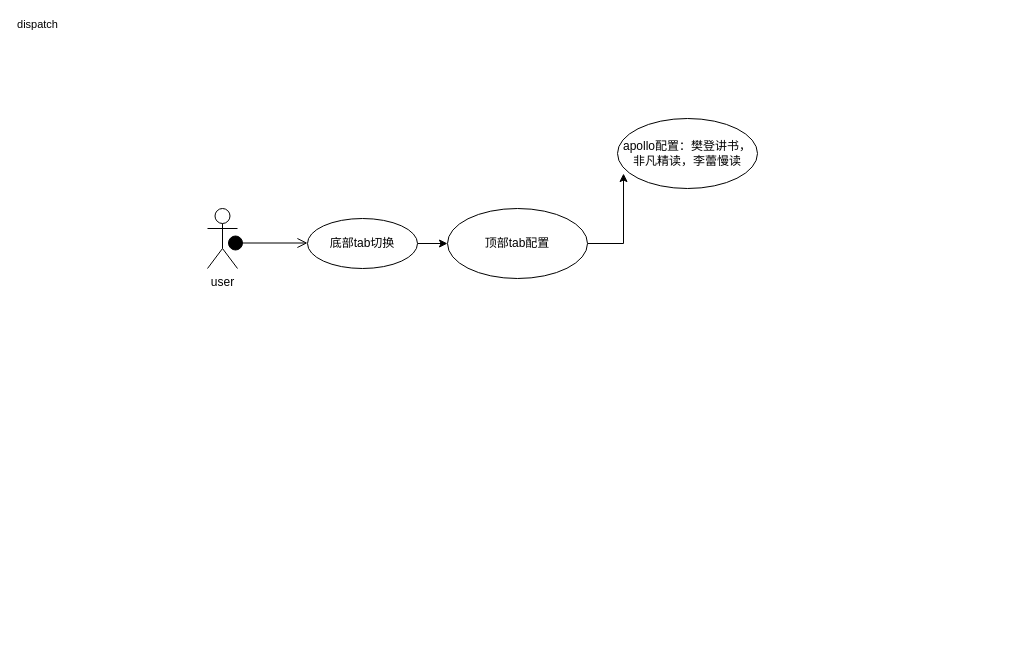
monacomeon/MyDocument keeps this draw.io diagram as 未命名绘图.drawio. Above is the earlier version. Source tidied: cells renumbered, new cells numbered last; positions are measured from the earlier drawing's top-left corner, leaving out a move shared by most shapes. Both pictures are drawn from the tidied source at 100%, with x=0, y=0 at pixel (207, 118).
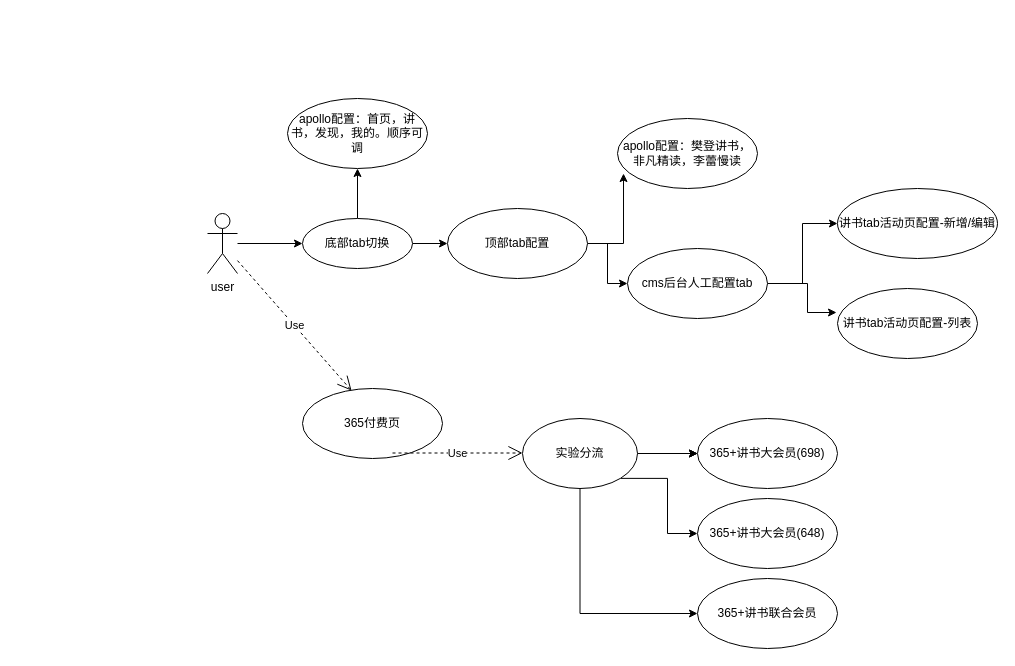
The same page after the edit.

The change refers to these unchanged cells:
```xml
<mxCell id="7" value="顶部tab配置" style="ellipse;whiteSpace=wrap;html=1;" parent="1" vertex="1">
  <mxGeometry x="240" y="90" width="140" height="70" as="geometry" />
</mxCell>
```

What changed in the source:
```diff
@@
+    <mxCell id="9" style="edgeStyle=orthogonalEdgeStyle;rounded=0;jettySize=auto;html=1;entryX=0;entryY=0.5;entryDx=0;entryDy=0;" parent="1" edge="1" source="2" target="4">
+      <mxGeometry relative="1" as="geometry" />
+    </mxCell>
     <mxCell id="2" value="user" style="shape=umlActor;verticalLabelPosition=bottom;verticalAlign=top;html=1;" parent="1" vertex="1">
-      <mxGeometry y="90" width="30" height="60" as="geometry" />
+      <mxGeometry y="95" width="30" height="60" as="geometry" />
     </mxCell>
@@
+    <mxCell id="10" style="edgeStyle=orthogonalEdgeStyle;rounded=0;jettySize=auto;html=1;" parent="1" edge="1" source="4" target="12">
+      <mxGeometry relative="1" as="geometry" />
+    </mxCell>
     <mxCell id="4" value="底部tab切换" style="ellipse;whiteSpace=wrap;html=1;" parent="1" vertex="1">
-      <mxGeometry x="100" y="100" width="110" height="50" as="geometry" />
+      <mxGeometry x="95" y="100" width="110" height="50" as="geometry" />
     </mxCell>
-    <mxCell id="5" value="dispatch" style="html=1;verticalAlign=bottom;startArrow=circle;startFill=1;endArrow=open;startSize=6;endSize=8;" parent="1" edge="1">
-      <mxGeometry x="-1" y="283" relative="1" as="geometry">
-        <mxPoint x="20" y="124.5" as="sourcePoint" />
-        <mxPoint x="100" y="124.5" as="targetPoint" />
-        <mxPoint x="-190" y="73" as="offset" />
-      </mxGeometry>
-    </mxCell>
@@
+    <mxCell id="11" style="edgeStyle=orthogonalEdgeStyle;rounded=0;jettySize=auto;html=1;" parent="1" edge="1" source="7" target="15">
+      <mxGeometry relative="1" as="geometry" />
+    </mxCell>
@@
+    <mxCell id="12" value="apollo配置：首页，讲书，发现，我的。顺序可调" style="ellipse;whiteSpace=wrap;html=1;" parent="1" vertex="1">
+      <mxGeometry x="80" y="-20" width="140" height="70" as="geometry" />
+    </mxCell>
+    <mxCell id="13" style="edgeStyle=orthogonalEdgeStyle;rounded=0;jettySize=auto;html=1;" parent="1" edge="1" source="15" target="16">
+      <mxGeometry relative="1" as="geometry" />
+    </mxCell>
+    <mxCell id="14" style="edgeStyle=orthogonalEdgeStyle;rounded=0;jettySize=auto;html=1;entryX=-0.007;entryY=0.343;entryDx=0;entryDy=0;entryPerimeter=0;" parent="1" edge="1" source="15" target="17">
+      <mxGeometry relative="1" as="geometry">
+        <Array as="points">
+          <mxPoint x="600" y="165" />
+          <mxPoint x="600" y="194" />
+        </Array>
+      </mxGeometry>
+    </mxCell>
+    <mxCell id="15" value="cms后台人工配置tab" style="ellipse;whiteSpace=wrap;html=1;" parent="1" vertex="1">
+      <mxGeometry x="420" y="130" width="140" height="70" as="geometry" />
+    </mxCell>
+    <mxCell id="16" value="讲书tab活动页配置-新增/编辑" style="ellipse;whiteSpace=wrap;html=1;" parent="1" vertex="1">
+      <mxGeometry x="630" y="70" width="160" height="70" as="geometry" />
+    </mxCell>
+    <mxCell id="17" value="讲书tab活动页配置-列表" style="ellipse;whiteSpace=wrap;html=1;" parent="1" vertex="1">
+      <mxGeometry x="630" y="170" width="140" height="70" as="geometry" />
+    </mxCell>
+    <mxCell id="18" value="365付费页" style="ellipse;whiteSpace=wrap;html=1;" parent="1" vertex="1">
+      <mxGeometry x="95" y="270" width="140" height="70" as="geometry" />
+    </mxCell>
+    <mxCell id="19" value="Use" style="endArrow=open;endSize=12;dashed=1;html=1;entryX=0.35;entryY=0.029;entryDx=0;entryDy=0;entryPerimeter=0;" parent="1" edge="1" source="2" target="18">
+      <mxGeometry relative="1" as="geometry" />
+    </mxCell>
+    <mxCell id="20" style="edgeStyle=orthogonalEdgeStyle;rounded=0;jettySize=auto;html=1;exitX=1;exitY=0.5;exitDx=0;exitDy=0;" parent="1" edge="1" source="25" target="26">
+      <mxGeometry relative="1" as="geometry" />
+    </mxCell>
+    <mxCell id="21" style="edgeStyle=orthogonalEdgeStyle;rounded=0;jettySize=auto;html=1;" parent="1" edge="1" source="25" target="26">
+      <mxGeometry relative="1" as="geometry" />
+    </mxCell>
+    <mxCell id="22" style="edgeStyle=orthogonalEdgeStyle;rounded=0;jettySize=auto;html=1;" parent="1" edge="1" source="25" target="26">
+      <mxGeometry relative="1" as="geometry" />
+    </mxCell>
+    <mxCell id="23" style="edgeStyle=orthogonalEdgeStyle;rounded=0;jettySize=auto;html=1;exitX=0.5;exitY=1;exitDx=0;exitDy=0;entryX=0;entryY=0.5;entryDx=0;entryDy=0;" parent="1" edge="1" source="25" target="28">
+      <mxGeometry relative="1" as="geometry" />
+    </mxCell>
+    <mxCell id="24" style="edgeStyle=orthogonalEdgeStyle;rounded=0;jettySize=auto;html=1;exitX=1;exitY=1;exitDx=0;exitDy=0;entryX=0;entryY=0.5;entryDx=0;entryDy=0;" parent="1" edge="1" source="25" target="27">
+      <mxGeometry relative="1" as="geometry" />
+    </mxCell>
+    <mxCell id="25" value="实验分流" style="ellipse;whiteSpace=wrap;html=1;" parent="1" vertex="1">
+      <mxGeometry x="315" y="300" width="115" height="70" as="geometry" />
+    </mxCell>
+    <mxCell id="26" value="365+讲书大会员(698)" style="ellipse;whiteSpace=wrap;html=1;" parent="1" vertex="1">
+      <mxGeometry x="490" y="300" width="140" height="70" as="geometry" />
+    </mxCell>
+    <mxCell id="27" value="365+讲书大会员(648)" style="ellipse;whiteSpace=wrap;html=1;" parent="1" vertex="1">
+      <mxGeometry x="490" y="380" width="140" height="70" as="geometry" />
+    </mxCell>
+    <mxCell id="28" value="365+讲书联合会员" style="ellipse;whiteSpace=wrap;html=1;" parent="1" vertex="1">
+      <mxGeometry x="490" y="460" width="140" height="70" as="geometry" />
+    </mxCell>
+    <mxCell id="29" value="Use" style="endArrow=open;endSize=12;dashed=1;html=1;" parent="1" edge="1">
+      <mxGeometry relative="1" as="geometry">
+        <mxPoint x="185" y="334.5" as="sourcePoint" />
+        <mxPoint x="315" y="334.5" as="targetPoint" />
+      </mxGeometry>
+    </mxCell>
```
